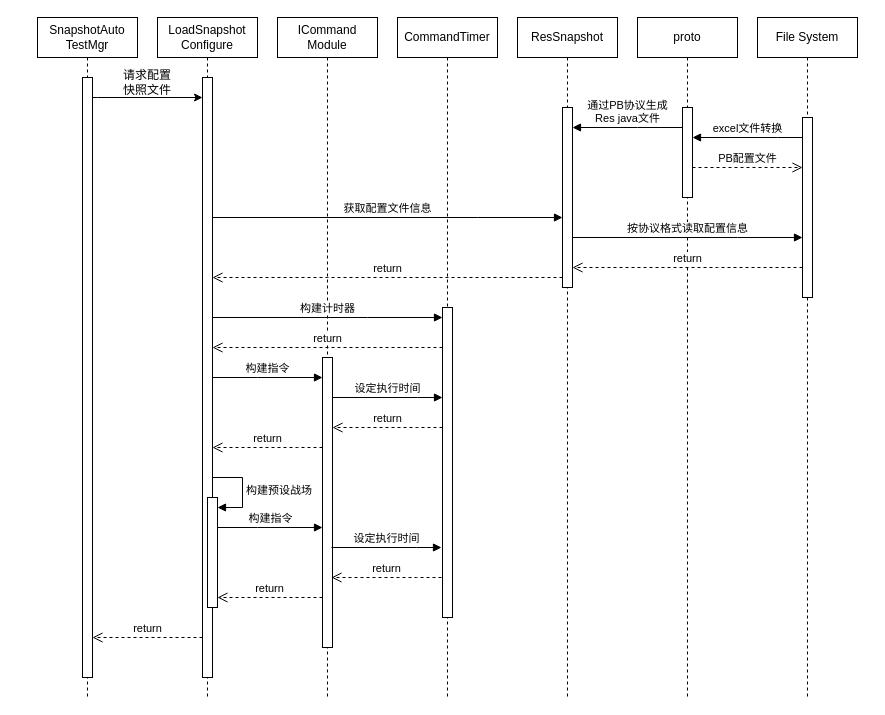
The draw.io diagram 配置时序图.drawio in Carol9s/Drawing, before the edit. Source tidied: cells renumbered, new cells numbered last; positions are measured from the earlier drawing's top-left corner, leaving out a move shared by most shapes. Both pictures are drawn from the tidied source at 100%, with x=0, y=0 at pixel (37, 17).
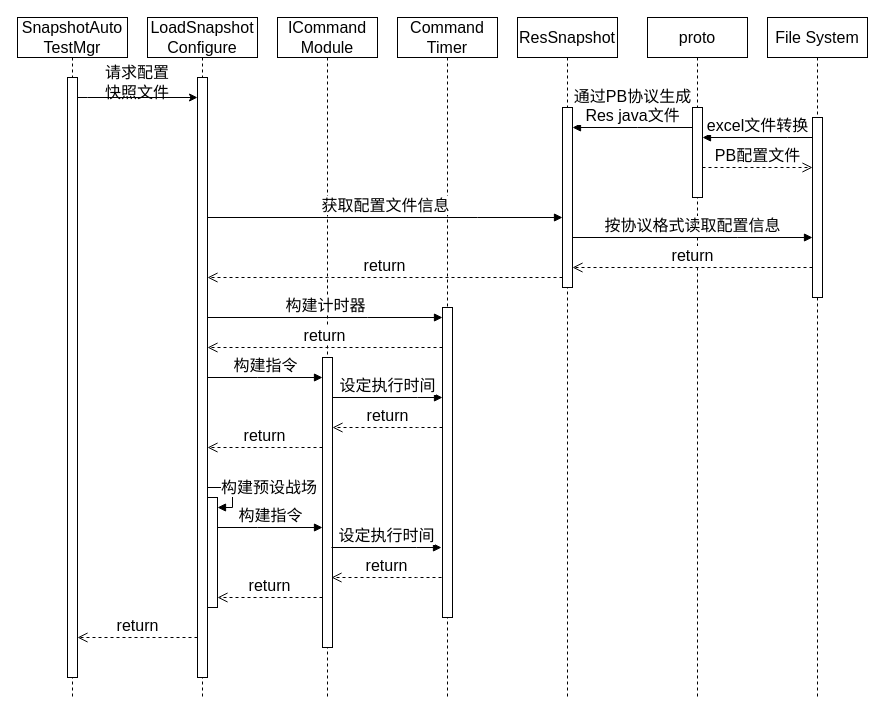
The same page after the edit.

Commit message:
更新配置时序图.drawio

Change to the diagram source:
```diff
@@
-    <mxCell id="2" value="SnapshotAuto&lt;br&gt;TestMgr" style="shape=umlLifeline;perimeter=lifelinePerimeter;whiteSpace=wrap;html=1;newEdgeStyle={&quot;edgeStyle&quot;:&quot;elbowEdgeStyle&quot;,&quot;elbow&quot;:&quot;vertical&quot;,&quot;curved&quot;:0,&quot;rounded&quot;:0};" parent="1" vertex="1">
-      <mxGeometry width="100" height="680" as="geometry" />
+    <mxCell id="2" value="SnapshotAuto&lt;br style=&quot;font-size: 16px;&quot;&gt;TestMgr" style="shape=umlLifeline;perimeter=lifelinePerimeter;whiteSpace=wrap;html=1;newEdgeStyle={&quot;edgeStyle&quot;:&quot;elbowEdgeStyle&quot;,&quot;elbow&quot;:&quot;vertical&quot;,&quot;curved&quot;:0,&quot;rounded&quot;:0};fontSize=16;" parent="1" vertex="1">
+      <mxGeometry x="-20" width="110" height="680" as="geometry" />
     </mxCell>
-    <mxCell id="3" style="html=1;points=[];perimeter=orthogonalPerimeter;outlineConnect=0;targetShapes=umlLifeline;portConstraint=eastwest;newEdgeStyle={&quot;edgeStyle&quot;:&quot;elbowEdgeStyle&quot;,&quot;elbow&quot;:&quot;vertical&quot;,&quot;curved&quot;:0,&quot;rounded&quot;:0};" parent="2" vertex="1">
-      <mxGeometry x="45" y="60" width="10" height="600" as="geometry" />
+    <mxCell id="3" style="html=1;points=[];perimeter=orthogonalPerimeter;outlineConnect=0;targetShapes=umlLifeline;portConstraint=eastwest;newEdgeStyle={&quot;edgeStyle&quot;:&quot;elbowEdgeStyle&quot;,&quot;elbow&quot;:&quot;vertical&quot;,&quot;curved&quot;:0,&quot;rounded&quot;:0};fontSize=16;" parent="2" vertex="1">
+      <mxGeometry x="50" y="60" width="10" height="600" as="geometry" />
     </mxCell>
-    <mxCell id="4" value="LoadSnapshot&lt;br&gt;Configure" style="shape=umlLifeline;perimeter=lifelinePerimeter;whiteSpace=wrap;html=1;newEdgeStyle={&quot;edgeStyle&quot;:&quot;elbowEdgeStyle&quot;,&quot;elbow&quot;:&quot;vertical&quot;,&quot;curved&quot;:0,&quot;rounded&quot;:0};" parent="1" vertex="1">
-      <mxGeometry x="120" width="100" height="680" as="geometry" />
+    <mxCell id="4" value="LoadSnapshot&lt;br style=&quot;font-size: 16px;&quot;&gt;Configure" style="shape=umlLifeline;perimeter=lifelinePerimeter;whiteSpace=wrap;html=1;newEdgeStyle={&quot;edgeStyle&quot;:&quot;elbowEdgeStyle&quot;,&quot;elbow&quot;:&quot;vertical&quot;,&quot;curved&quot;:0,&quot;rounded&quot;:0};fontSize=16;" parent="1" vertex="1">
+      <mxGeometry x="110" width="110" height="680" as="geometry" />
     </mxCell>
-    <mxCell id="5" style="html=1;points=[];perimeter=orthogonalPerimeter;outlineConnect=0;targetShapes=umlLifeline;portConstraint=eastwest;newEdgeStyle={&quot;edgeStyle&quot;:&quot;elbowEdgeStyle&quot;,&quot;elbow&quot;:&quot;vertical&quot;,&quot;curved&quot;:0,&quot;rounded&quot;:0};" parent="4" vertex="1">
-      <mxGeometry x="45" y="60" width="10" height="600" as="geometry" />
+    <mxCell id="5" style="html=1;points=[];perimeter=orthogonalPerimeter;outlineConnect=0;targetShapes=umlLifeline;portConstraint=eastwest;newEdgeStyle={&quot;edgeStyle&quot;:&quot;elbowEdgeStyle&quot;,&quot;elbow&quot;:&quot;vertical&quot;,&quot;curved&quot;:0,&quot;rounded&quot;:0};fontSize=16;" parent="4" vertex="1">
+      <mxGeometry x="50" y="60" width="10" height="600" as="geometry" />
     </mxCell>
-    <mxCell id="6" style="html=1;points=[];perimeter=orthogonalPerimeter;outlineConnect=0;targetShapes=umlLifeline;portConstraint=eastwest;newEdgeStyle={&quot;edgeStyle&quot;:&quot;elbowEdgeStyle&quot;,&quot;elbow&quot;:&quot;vertical&quot;,&quot;curved&quot;:0,&quot;rounded&quot;:0};" parent="4" vertex="1">
-      <mxGeometry x="50" y="480" width="10" height="110" as="geometry" />
+    <mxCell id="6" style="html=1;points=[];perimeter=orthogonalPerimeter;outlineConnect=0;targetShapes=umlLifeline;portConstraint=eastwest;newEdgeStyle={&quot;edgeStyle&quot;:&quot;elbowEdgeStyle&quot;,&quot;elbow&quot;:&quot;vertical&quot;,&quot;curved&quot;:0,&quot;rounded&quot;:0};fontSize=16;" parent="4" vertex="1">
+      <mxGeometry x="60" y="480" width="10" height="110" as="geometry" />
     </mxCell>
-    <mxCell id="7" value="构建预设战场" style="html=1;align=left;spacingLeft=2;endArrow=block;rounded=0;edgeStyle=orthogonalEdgeStyle;curved=0;rounded=0;" parent="4" edge="1" target="6">
-      <mxGeometry relative="1" as="geometry">
-        <mxPoint x="55" y="460" as="sourcePoint" />
+    <mxCell id="7" value="构建预设战场" style="html=1;align=left;spacingLeft=2;endArrow=block;rounded=0;edgeStyle=orthogonalEdgeStyle;curved=0;rounded=0;fontSize=16;" parent="4" edge="1" source="5" target="6">
+      <mxGeometry x="-0.67" relative="1" as="geometry">
         <Array as="points">
+          <mxPoint x="85" y="470" />
           <mxPoint x="85" y="490" />
         </Array>
       </mxGeometry>
     </mxCell>
-    <mxCell id="8" value="ICommand&lt;br&gt;Module" style="shape=umlLifeline;perimeter=lifelinePerimeter;whiteSpace=wrap;html=1;newEdgeStyle={&quot;edgeStyle&quot;:&quot;elbowEdgeStyle&quot;,&quot;elbow&quot;:&quot;vertical&quot;,&quot;curved&quot;:0,&quot;rounded&quot;:0};" parent="1" vertex="1">
+    <mxCell id="8" value="ICommand&lt;br style=&quot;font-size: 16px;&quot;&gt;Module" style="shape=umlLifeline;perimeter=lifelinePerimeter;whiteSpace=wrap;html=1;newEdgeStyle={&quot;edgeStyle&quot;:&quot;elbowEdgeStyle&quot;,&quot;elbow&quot;:&quot;vertical&quot;,&quot;curved&quot;:0,&quot;rounded&quot;:0};fontSize=16;" parent="1" vertex="1">
       <mxGeometry x="240" width="100" height="680" as="geometry" />
     </mxCell>
-    <mxCell id="9" style="html=1;points=[];perimeter=orthogonalPerimeter;outlineConnect=0;targetShapes=umlLifeline;portConstraint=eastwest;newEdgeStyle={&quot;edgeStyle&quot;:&quot;elbowEdgeStyle&quot;,&quot;elbow&quot;:&quot;vertical&quot;,&quot;curved&quot;:0,&quot;rounded&quot;:0};" parent="8" vertex="1">
+    <mxCell id="9" style="html=1;points=[];perimeter=orthogonalPerimeter;outlineConnect=0;targetShapes=umlLifeline;portConstraint=eastwest;newEdgeStyle={&quot;edgeStyle&quot;:&quot;elbowEdgeStyle&quot;,&quot;elbow&quot;:&quot;vertical&quot;,&quot;curved&quot;:0,&quot;rounded&quot;:0};fontSize=16;" parent="8" vertex="1">
       <mxGeometry x="45" y="340" width="10" height="290" as="geometry" />
     </mxCell>
-    <mxCell id="10" value="CommandTimer" style="shape=umlLifeline;perimeter=lifelinePerimeter;whiteSpace=wrap;html=1;newEdgeStyle={&quot;edgeStyle&quot;:&quot;elbowEdgeStyle&quot;,&quot;elbow&quot;:&quot;vertical&quot;,&quot;curved&quot;:0,&quot;rounded&quot;:0};" parent="1" vertex="1">
+    <mxCell id="10" value="Command&lt;br&gt;Timer" style="shape=umlLifeline;perimeter=lifelinePerimeter;whiteSpace=wrap;html=1;newEdgeStyle={&quot;edgeStyle&quot;:&quot;elbowEdgeStyle&quot;,&quot;elbow&quot;:&quot;vertical&quot;,&quot;curved&quot;:0,&quot;rounded&quot;:0};fontSize=16;" parent="1" vertex="1">
       <mxGeometry x="360" width="100" height="680" as="geometry" />
     </mxCell>
-    <mxCell id="11" style="html=1;points=[];perimeter=orthogonalPerimeter;outlineConnect=0;targetShapes=umlLifeline;portConstraint=eastwest;newEdgeStyle={&quot;edgeStyle&quot;:&quot;elbowEdgeStyle&quot;,&quot;elbow&quot;:&quot;vertical&quot;,&quot;curved&quot;:0,&quot;rounded&quot;:0};" parent="10" vertex="1">
+    <mxCell id="11" style="html=1;points=[];perimeter=orthogonalPerimeter;outlineConnect=0;targetShapes=umlLifeline;portConstraint=eastwest;newEdgeStyle={&quot;edgeStyle&quot;:&quot;elbowEdgeStyle&quot;,&quot;elbow&quot;:&quot;vertical&quot;,&quot;curved&quot;:0,&quot;rounded&quot;:0};fontSize=16;" parent="10" vertex="1">
       <mxGeometry x="45" y="290" width="10" height="310" as="geometry" />
     </mxCell>
-    <mxCell id="12" value="ResSnapshot" style="shape=umlLifeline;perimeter=lifelinePerimeter;whiteSpace=wrap;html=1;newEdgeStyle={&quot;edgeStyle&quot;:&quot;elbowEdgeStyle&quot;,&quot;elbow&quot;:&quot;vertical&quot;,&quot;curved&quot;:0,&quot;rounded&quot;:0};" parent="1" vertex="1">
+    <mxCell id="12" value="ResSnapshot" style="shape=umlLifeline;perimeter=lifelinePerimeter;whiteSpace=wrap;html=1;newEdgeStyle={&quot;edgeStyle&quot;:&quot;elbowEdgeStyle&quot;,&quot;elbow&quot;:&quot;vertical&quot;,&quot;curved&quot;:0,&quot;rounded&quot;:0};fontSize=16;" parent="1" vertex="1">
       <mxGeometry x="480" width="100" height="680" as="geometry" />
     </mxCell>
-    <mxCell id="13" style="html=1;points=[];perimeter=orthogonalPerimeter;outlineConnect=0;targetShapes=umlLifeline;portConstraint=eastwest;newEdgeStyle={&quot;edgeStyle&quot;:&quot;elbowEdgeStyle&quot;,&quot;elbow&quot;:&quot;vertical&quot;,&quot;curved&quot;:0,&quot;rounded&quot;:0};" parent="12" vertex="1">
+    <mxCell id="13" style="html=1;points=[];perimeter=orthogonalPerimeter;outlineConnect=0;targetShapes=umlLifeline;portConstraint=eastwest;newEdgeStyle={&quot;edgeStyle&quot;:&quot;elbowEdgeStyle&quot;,&quot;elbow&quot;:&quot;vertical&quot;,&quot;curved&quot;:0,&quot;rounded&quot;:0};fontSize=16;" parent="12" vertex="1">
       <mxGeometry x="45" y="90" width="10" height="180" as="geometry" />
     </mxCell>
-    <mxCell id="14" value="proto" style="shape=umlLifeline;perimeter=lifelinePerimeter;whiteSpace=wrap;html=1;newEdgeStyle={&quot;edgeStyle&quot;:&quot;elbowEdgeStyle&quot;,&quot;elbow&quot;:&quot;vertical&quot;,&quot;curved&quot;:0,&quot;rounded&quot;:0};" parent="1" vertex="1">
-      <mxGeometry x="600" width="100" height="680" as="geometry" />
+    <mxCell id="14" value="proto" style="shape=umlLifeline;perimeter=lifelinePerimeter;whiteSpace=wrap;html=1;newEdgeStyle={&quot;edgeStyle&quot;:&quot;elbowEdgeStyle&quot;,&quot;elbow&quot;:&quot;vertical&quot;,&quot;curved&quot;:0,&quot;rounded&quot;:0};fontSize=16;" parent="1" vertex="1">
+      <mxGeometry x="610" width="100" height="680" as="geometry" />
     </mxCell>
-    <mxCell id="15" style="html=1;points=[];perimeter=orthogonalPerimeter;outlineConnect=0;targetShapes=umlLifeline;portConstraint=eastwest;newEdgeStyle={&quot;edgeStyle&quot;:&quot;elbowEdgeStyle&quot;,&quot;elbow&quot;:&quot;vertical&quot;,&quot;curved&quot;:0,&quot;rounded&quot;:0};" parent="14" vertex="1">
+    <mxCell id="15" style="html=1;points=[];perimeter=orthogonalPerimeter;outlineConnect=0;targetShapes=umlLifeline;portConstraint=eastwest;newEdgeStyle={&quot;edgeStyle&quot;:&quot;elbowEdgeStyle&quot;,&quot;elbow&quot;:&quot;vertical&quot;,&quot;curved&quot;:0,&quot;rounded&quot;:0};fontSize=16;" parent="14" vertex="1">
       <mxGeometry x="45" y="90" width="10" height="90" as="geometry" />
     </mxCell>
-    <mxCell id="16" style="edgeStyle=elbowEdgeStyle;rounded=0;jettySize=auto;html=1;elbow=vertical;curved=0;" parent="1" edge="1" source="3" target="5">
+    <mxCell id="16" style="edgeStyle=elbowEdgeStyle;rounded=0;jettySize=auto;html=1;elbow=vertical;curved=0;fontSize=16;" parent="1" edge="1" source="3" target="5">
       <mxGeometry relative="1" as="geometry">
         <Array as="points">
-          <mxPoint x="60" y="80" />
-          <mxPoint x="180" y="70" />
+          <mxPoint x="50" y="80" />
+          <mxPoint x="170" y="70" />
         </Array>
       </mxGeometry>
     </mxCell>
-    <mxCell id="17" value="请求配置&lt;br&gt;快照文件" style="text;html=1;strokeColor=none;fillColor=none;align=center;verticalAlign=middle;whiteSpace=wrap;rounded=0;" parent="1" vertex="1">
-      <mxGeometry x="60" y="50" width="100" height="30" as="geometry" />
+    <mxCell id="17" value="请求配置&lt;br style=&quot;font-size: 16px;&quot;&gt;快照文件" style="text;html=1;strokeColor=none;fillColor=none;align=center;verticalAlign=middle;whiteSpace=wrap;rounded=0;fontSize=16;" parent="1" vertex="1">
+      <mxGeometry x="50" y="50" width="100" height="30" as="geometry" />
     </mxCell>
-    <mxCell id="18" value="return" style="html=1;verticalAlign=bottom;endArrow=open;dashed=1;endSize=8;edgeStyle=elbowEdgeStyle;elbow=vertical;curved=0;rounded=0;" parent="1" edge="1" source="11" target="5">
+    <mxCell id="18" value="return" style="html=1;verticalAlign=bottom;endArrow=open;dashed=1;endSize=8;edgeStyle=elbowEdgeStyle;elbow=vertical;curved=0;rounded=0;fontSize=16;" parent="1" edge="1" source="11" target="5">
       <mxGeometry relative="1" as="geometry">
         <Array as="points">
           <mxPoint x="330" y="330" />
           <mxPoint x="370" y="320" />
         </Array>
       </mxGeometry>
     </mxCell>
-    <mxCell id="19" value="构建指令" style="html=1;verticalAlign=bottom;endArrow=block;edgeStyle=elbowEdgeStyle;elbow=vertical;curved=0;rounded=0;" parent="1" edge="1" source="5" target="9">
+    <mxCell id="19" value="构建指令" style="html=1;verticalAlign=bottom;endArrow=block;edgeStyle=elbowEdgeStyle;elbow=vertical;curved=0;rounded=0;fontSize=16;" parent="1" edge="1" source="5" target="9">
       <mxGeometry relative="1" as="geometry">
         <Array as="points">
           <mxPoint x="220" y="360" />
         </Array>
       </mxGeometry>
     </mxCell>
-    <mxCell id="20" value="设定执行时间" style="html=1;verticalAlign=bottom;endArrow=block;edgeStyle=elbowEdgeStyle;elbow=vertical;curved=0;rounded=0;" parent="1" edge="1" source="9" target="11">
+    <mxCell id="20" value="设定执行时间" style="html=1;verticalAlign=bottom;endArrow=block;edgeStyle=elbowEdgeStyle;elbow=vertical;curved=0;rounded=0;fontSize=16;" parent="1" edge="1" source="9" target="11">
       <mxGeometry relative="1" as="geometry">
         <Array as="points">
           <mxPoint x="380" y="380" />
         </Array>
       </mxGeometry>
     </mxCell>
-    <mxCell id="21" value="return" style="html=1;verticalAlign=bottom;endArrow=open;dashed=1;endSize=8;edgeStyle=elbowEdgeStyle;elbow=vertical;curved=0;rounded=0;" parent="1" edge="1" source="11" target="9">
+    <mxCell id="21" value="return" style="html=1;verticalAlign=bottom;endArrow=open;dashed=1;endSize=8;edgeStyle=elbowEdgeStyle;elbow=vertical;curved=0;rounded=0;fontSize=16;" parent="1" edge="1" source="11" target="9">
       <mxGeometry relative="1" as="geometry">
         <Array as="points">
           <mxPoint x="380" y="410" />
         </Array>
       </mxGeometry>
     </mxCell>
-    <mxCell id="22" value="获取配置文件信息" style="html=1;verticalAlign=bottom;endArrow=block;edgeStyle=elbowEdgeStyle;elbow=vertical;curved=0;rounded=0;" parent="1" edge="1" source="5" target="13">
+    <mxCell id="22" value="获取配置文件信息" style="html=1;verticalAlign=bottom;endArrow=block;edgeStyle=elbowEdgeStyle;elbow=vertical;curved=0;rounded=0;fontSize=16;" parent="1" edge="1" source="5" target="13">
       <mxGeometry relative="1" as="geometry">
         <Array as="points">
           <mxPoint x="440" y="200" />
           <mxPoint x="290" y="150" />
           <mxPoint x="550" y="110" />
         </Array>
       </mxGeometry>
     </mxCell>
-    <mxCell id="23" value="return" style="html=1;verticalAlign=bottom;endArrow=open;dashed=1;endSize=8;edgeStyle=elbowEdgeStyle;elbow=vertical;curved=0;rounded=0;" parent="1" edge="1" source="13" target="5">
+    <mxCell id="23" value="return" style="html=1;verticalAlign=bottom;endArrow=open;dashed=1;endSize=8;edgeStyle=elbowEdgeStyle;elbow=vertical;curved=0;rounded=0;fontSize=16;" parent="1" edge="1" source="13" target="5">
       <mxGeometry relative="1" as="geometry">
         <Array as="points">
           <mxPoint x="290" y="260" />
           <mxPoint x="530" y="210" />
         </Array>
       </mxGeometry>
     </mxCell>
-    <mxCell id="24" value="通过PB协议生成&lt;br&gt;Res java文件" style="html=1;verticalAlign=bottom;endArrow=block;edgeStyle=elbowEdgeStyle;elbow=vertical;curved=0;rounded=0;" parent="1" edge="1" source="15" target="13">
+    <mxCell id="24" value="通过PB协议生成&lt;br style=&quot;font-size: 16px;&quot;&gt;Res java文件" style="html=1;verticalAlign=bottom;endArrow=block;edgeStyle=elbowEdgeStyle;elbow=vertical;curved=0;rounded=0;fontSize=16;" parent="1" edge="1" source="15" target="13">
       <mxGeometry relative="1" as="geometry">
         <Array as="points">
           <mxPoint x="600" y="110" />
           <mxPoint x="620" y="130" />
           <mxPoint x="610" y="120" />
         </Array>
       </mxGeometry>
     </mxCell>
-    <mxCell id="25" value="File System" style="shape=umlLifeline;perimeter=lifelinePerimeter;whiteSpace=wrap;html=1;newEdgeStyle={&quot;edgeStyle&quot;:&quot;elbowEdgeStyle&quot;,&quot;elbow&quot;:&quot;vertical&quot;,&quot;curved&quot;:0,&quot;rounded&quot;:0};" parent="1" vertex="1">
-      <mxGeometry x="720" width="100" height="680" as="geometry" />
+    <mxCell id="25" value="File System" style="shape=umlLifeline;perimeter=lifelinePerimeter;whiteSpace=wrap;html=1;newEdgeStyle={&quot;edgeStyle&quot;:&quot;elbowEdgeStyle&quot;,&quot;elbow&quot;:&quot;vertical&quot;,&quot;curved&quot;:0,&quot;rounded&quot;:0};fontSize=16;" parent="1" vertex="1">
+      <mxGeometry x="730" width="100" height="680" as="geometry" />
     </mxCell>
-    <mxCell id="26" style="html=1;points=[];perimeter=orthogonalPerimeter;outlineConnect=0;targetShapes=umlLifeline;portConstraint=eastwest;newEdgeStyle={&quot;edgeStyle&quot;:&quot;elbowEdgeStyle&quot;,&quot;elbow&quot;:&quot;vertical&quot;,&quot;curved&quot;:0,&quot;rounded&quot;:0};" parent="25" vertex="1">
+    <mxCell id="26" style="html=1;points=[];perimeter=orthogonalPerimeter;outlineConnect=0;targetShapes=umlLifeline;portConstraint=eastwest;newEdgeStyle={&quot;edgeStyle&quot;:&quot;elbowEdgeStyle&quot;,&quot;elbow&quot;:&quot;vertical&quot;,&quot;curved&quot;:0,&quot;rounded&quot;:0};fontSize=16;" parent="25" vertex="1">
       <mxGeometry x="45" y="100" width="10" height="180" as="geometry" />
     </mxCell>
-    <mxCell id="27" value="excel文件转换" style="html=1;verticalAlign=bottom;endArrow=block;edgeStyle=elbowEdgeStyle;elbow=vertical;curved=0;rounded=0;" parent="1" edge="1" source="26" target="15">
+    <mxCell id="27" value="excel文件转换" style="html=1;verticalAlign=bottom;endArrow=block;edgeStyle=elbowEdgeStyle;elbow=vertical;curved=0;rounded=0;fontSize=16;" parent="1" edge="1" source="26" target="15">
       <mxGeometry relative="1" as="geometry">
         <Array as="points">
-          <mxPoint x="740" y="120" />
-          <mxPoint x="770" y="150" />
-          <mxPoint x="810" y="180" />
+          <mxPoint x="750" y="120" />
+          <mxPoint x="780" y="150" />
+          <mxPoint x="820" y="180" />
         </Array>
       </mxGeometry>
     </mxCell>
-    <mxCell id="28" value="PB配置文件" style="html=1;verticalAlign=bottom;endArrow=open;dashed=1;endSize=8;edgeStyle=elbowEdgeStyle;elbow=vertical;curved=0;rounded=0;" parent="1" edge="1" source="15" target="26">
+    <mxCell id="28" value="PB配置文件" style="html=1;verticalAlign=bottom;endArrow=open;dashed=1;endSize=8;edgeStyle=elbowEdgeStyle;elbow=vertical;curved=0;rounded=0;fontSize=16;" parent="1" edge="1" source="15" target="26">
       <mxGeometry relative="1" as="geometry">
         <Array as="points">
-          <mxPoint x="730" y="150" />
+          <mxPoint x="740" y="150" />
         </Array>
       </mxGeometry>
     </mxCell>
-    <mxCell id="29" value="按协议格式读取配置信息" style="html=1;verticalAlign=bottom;endArrow=block;edgeStyle=elbowEdgeStyle;elbow=vertical;curved=0;rounded=0;" parent="1" edge="1" source="13" target="26">
+    <mxCell id="29" value="按协议格式读取配置信息" style="html=1;verticalAlign=bottom;endArrow=block;edgeStyle=elbowEdgeStyle;elbow=vertical;curved=0;rounded=0;fontSize=16;" parent="1" edge="1" source="13" target="26">
       <mxGeometry relative="1" as="geometry">
         <Array as="points">
           <mxPoint x="700" y="220" />
           <mxPoint x="720" y="210" />
         </Array>
       </mxGeometry>
     </mxCell>
-    <mxCell id="30" value="return" style="html=1;verticalAlign=bottom;endArrow=open;dashed=1;endSize=8;edgeStyle=elbowEdgeStyle;elbow=vertical;curved=0;rounded=0;" parent="1" edge="1" source="26" target="13">
+    <mxCell id="30" value="return" style="html=1;verticalAlign=bottom;endArrow=open;dashed=1;endSize=8;edgeStyle=elbowEdgeStyle;elbow=vertical;curved=0;rounded=0;fontSize=16;" parent="1" edge="1" source="26" target="13">
       <mxGeometry relative="1" as="geometry">
         <Array as="points">
           <mxPoint x="680" y="250" />
         </Array>
       </mxGeometry>
     </mxCell>
-    <mxCell id="31" value="构建计时器" style="html=1;verticalAlign=bottom;endArrow=block;edgeStyle=elbowEdgeStyle;elbow=vertical;curved=0;rounded=0;" parent="1" edge="1" source="5" target="11">
+    <mxCell id="31" value="构建计时器" style="html=1;verticalAlign=bottom;endArrow=block;edgeStyle=elbowEdgeStyle;elbow=vertical;curved=0;rounded=0;fontSize=16;" parent="1" edge="1" source="5" target="11">
       <mxGeometry relative="1" as="geometry">
         <Array as="points">
           <mxPoint x="330" y="300" />
         </Array>
       </mxGeometry>
     </mxCell>
-    <mxCell id="32" value="return" style="html=1;verticalAlign=bottom;endArrow=open;dashed=1;endSize=8;edgeStyle=elbowEdgeStyle;elbow=vertical;curved=0;rounded=0;" parent="1" edge="1" source="9" target="5">
+    <mxCell id="32" value="return" style="html=1;verticalAlign=bottom;endArrow=open;dashed=1;endSize=8;edgeStyle=elbowEdgeStyle;elbow=vertical;curved=0;rounded=0;fontSize=16;" parent="1" edge="1" source="9" target="5">
       <mxGeometry relative="1" as="geometry">
         <Array as="points">
           <mxPoint x="260" y="430" />
           <mxPoint x="210" y="440" />
         </Array>
       </mxGeometry>
     </mxCell>
-    <mxCell id="33" value="构建指令" style="html=1;verticalAlign=bottom;endArrow=block;edgeStyle=elbowEdgeStyle;elbow=vertical;curved=0;rounded=0;" parent="1" edge="1" source="6" target="9">
+    <mxCell id="33" value="构建指令" style="html=1;verticalAlign=bottom;endArrow=block;edgeStyle=elbowEdgeStyle;elbow=vertical;curved=0;rounded=0;fontSize=16;" parent="1" edge="1" source="6" target="9">
       <mxGeometry relative="1" as="geometry">
         <Array as="points">
           <mxPoint x="220" y="510" />
           <mxPoint x="215" y="520" />
         </Array>
       </mxGeometry>
     </mxCell>
-    <mxCell id="34" value="设定执行时间" style="html=1;verticalAlign=bottom;endArrow=block;edgeStyle=elbowEdgeStyle;elbow=vertical;curved=0;rounded=0;" parent="1" edge="1">
+    <mxCell id="34" value="设定执行时间" style="html=1;verticalAlign=bottom;endArrow=block;edgeStyle=elbowEdgeStyle;elbow=vertical;curved=0;rounded=0;fontSize=16;" parent="1" edge="1">
       <mxGeometry relative="1" as="geometry">
         <mxPoint x="294" y="530" as="sourcePoint" />
         <mxPoint x="404" y="530" as="targetPoint" />
         <Array as="points">
           <mxPoint x="379" y="530" />
         </Array>
       </mxGeometry>
     </mxCell>
-    <mxCell id="35" value="return" style="html=1;verticalAlign=bottom;endArrow=open;dashed=1;endSize=8;edgeStyle=elbowEdgeStyle;elbow=vertical;curved=0;rounded=0;" parent="1" edge="1">
+    <mxCell id="35" value="return" style="html=1;verticalAlign=bottom;endArrow=open;dashed=1;endSize=8;edgeStyle=elbowEdgeStyle;elbow=vertical;curved=0;rounded=0;fontSize=16;" parent="1" edge="1">
       <mxGeometry relative="1" as="geometry">
         <mxPoint x="404" y="560" as="sourcePoint" />
         <mxPoint x="294" y="560" as="targetPoint" />
         <Array as="points">
           <mxPoint x="379" y="560" />
         </Array>
       </mxGeometry>
     </mxCell>
-    <mxCell id="36" value="return" style="html=1;verticalAlign=bottom;endArrow=open;dashed=1;endSize=8;edgeStyle=elbowEdgeStyle;elbow=vertical;curved=0;rounded=0;" parent="1" edge="1" source="9" target="6">
+    <mxCell id="36" value="return" style="html=1;verticalAlign=bottom;endArrow=open;dashed=1;endSize=8;edgeStyle=elbowEdgeStyle;elbow=vertical;curved=0;rounded=0;fontSize=16;" parent="1" edge="1" source="9" target="6">
       <mxGeometry relative="1" as="geometry">
         <Array as="points">
           <mxPoint x="215" y="580" />
         </Array>
       </mxGeometry>
     </mxCell>
-    <mxCell id="37" value="return" style="html=1;verticalAlign=bottom;endArrow=open;dashed=1;endSize=8;edgeStyle=elbowEdgeStyle;elbow=vertical;curved=0;rounded=0;" parent="1" edge="1" source="5" target="3">
+    <mxCell id="37" value="return" style="html=1;verticalAlign=bottom;endArrow=open;dashed=1;endSize=8;edgeStyle=elbowEdgeStyle;elbow=vertical;curved=0;rounded=0;fontSize=16;" parent="1" edge="1" source="5" target="3">
       <mxGeometry relative="1" as="geometry">
         <Array as="points">
-          <mxPoint x="130" y="620" />
+          <mxPoint x="120" y="620" />
         </Array>
       </mxGeometry>
     </mxCell>
```
